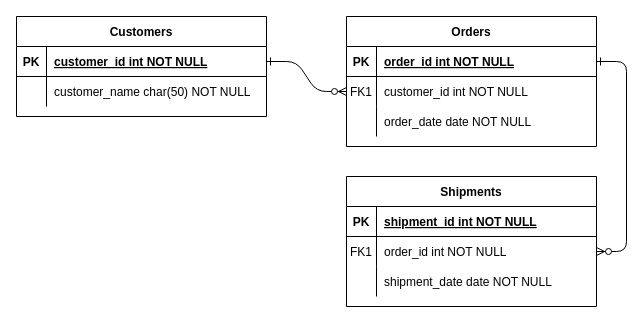
The draw.io diagram Untitled Diagram.drawio in bendikmd/in2090, before the edit. Source tidied: cells renumbered, new cells numbered last; positions are measured from the earlier drawing's top-left corner, leaving out a move shared by most shapes. Both pictures are drawn from the tidied source at 100%, with x=0, y=0 at pixel (16, 16).
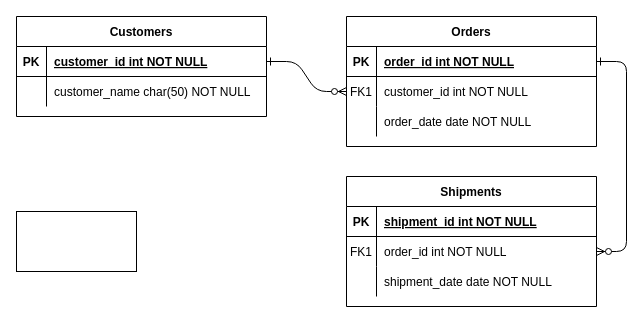
The same diagram, later.

Diff of the diagram source:
```diff
@@
+    <mxCell id="31" style="rounded=0;whiteSpace=wrap;html=1;" parent="1" vertex="1">
+      <mxGeometry y="195" width="120" height="60" as="geometry" />
+    </mxCell>
```
